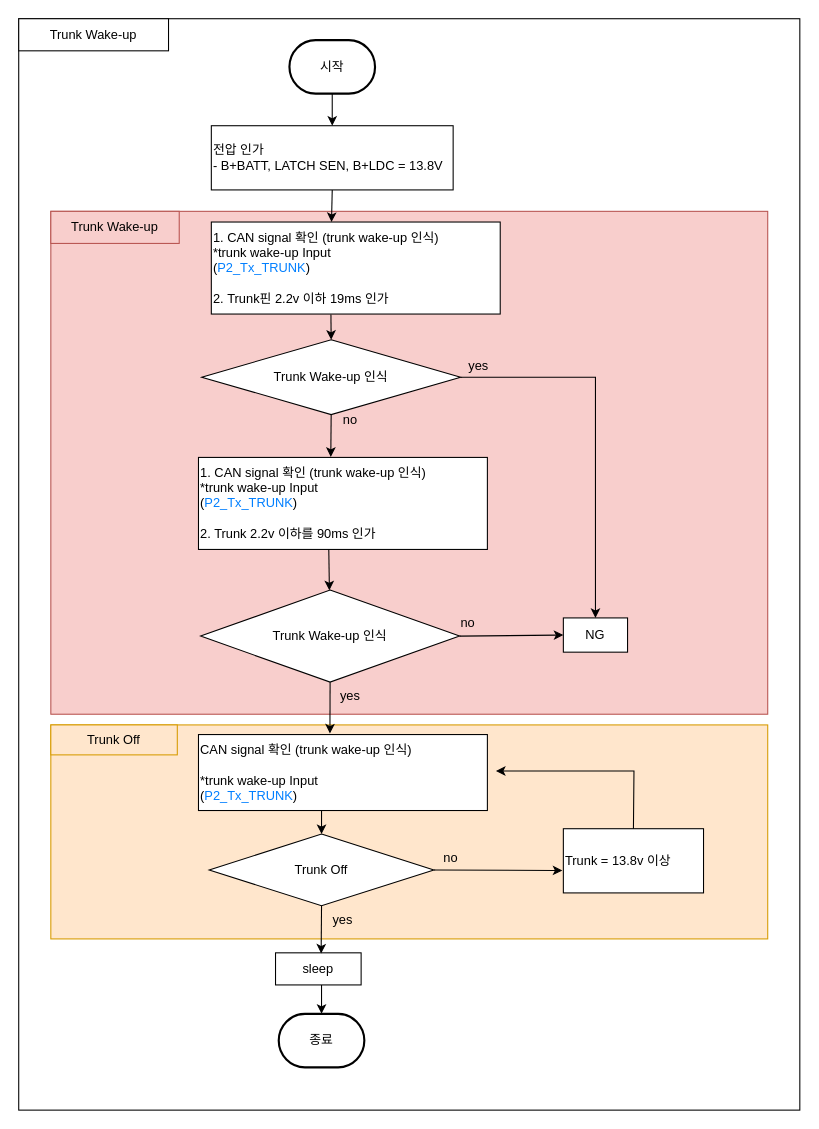
This is Trunk Wake-up.drawio from chaeyoonl/state-transition-diagram-test, a draw.io file, before an edit. Source tidied: cells renumbered, new cells numbered last; positions are measured from the earlier drawing's top-left corner, leaving out a move shared by most shapes. Both pictures are drawn from the tidied source at 107%, with x=0, y=0 at pixel (18, 18).
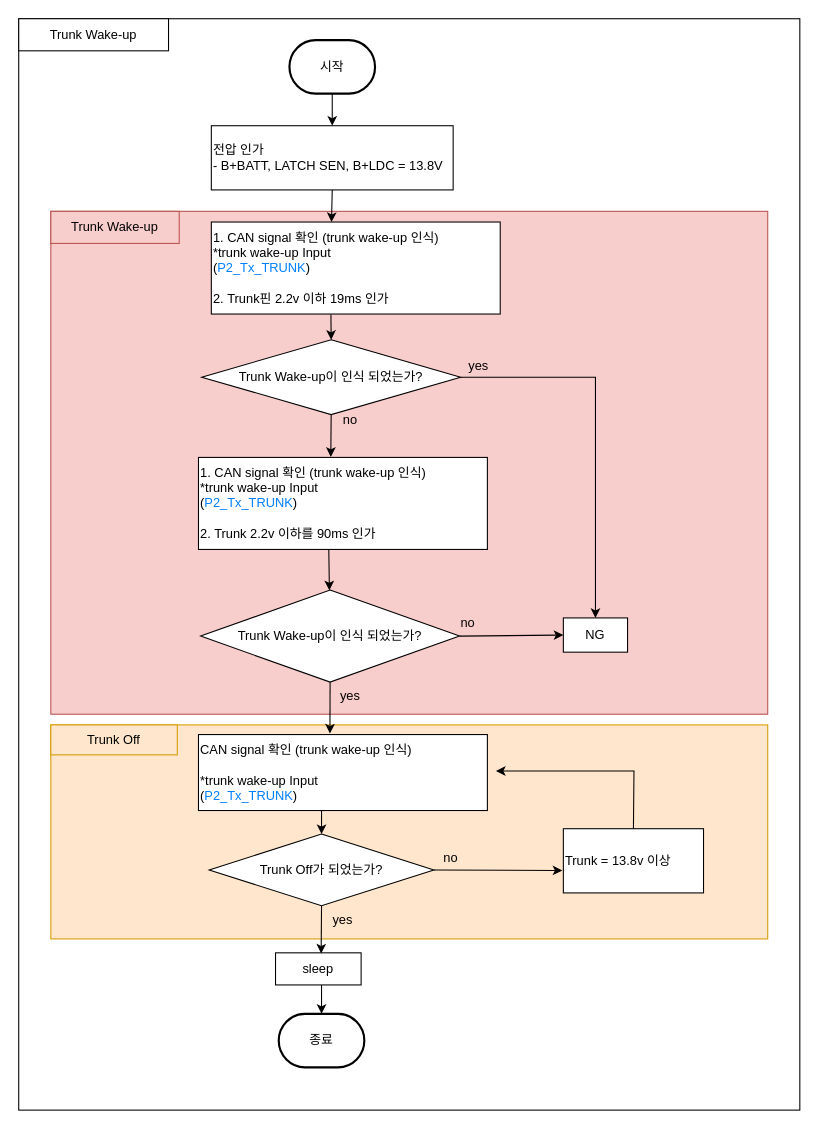
After the change.

Diff of the diagram source:
```diff
@@
-    <mxCell id="8" value="Trunk Wake-up 인식" style="rhombus;whiteSpace=wrap;html=1;" parent="1" vertex="1">
+    <mxCell id="8" value="Trunk Wake-up이 인식 되었는가?" style="rhombus;whiteSpace=wrap;html=1;" parent="1" vertex="1">
       <mxGeometry x="171" y="300" width="242" height="70" as="geometry" />
     </mxCell>
@@
-    <mxCell id="20" value="Trunk Wake-up 인식" style="rhombus;whiteSpace=wrap;html=1;" parent="1" vertex="1">
+    <mxCell id="20" value="Trunk Wake-up이 인식 되었는가?" style="rhombus;whiteSpace=wrap;html=1;" parent="1" vertex="1">
       <mxGeometry x="170" y="534" width="242" height="86" as="geometry" />
     </mxCell>
@@
-    <mxCell id="26" value="Trunk&amp;nbsp;Off" style="rhombus;whiteSpace=wrap;html=1;" parent="1" vertex="1">
+    <mxCell id="26" value="Trunk&amp;nbsp;Off가 되었는가?" style="rhombus;whiteSpace=wrap;html=1;" parent="1" vertex="1">
       <mxGeometry x="178" y="762" width="210" height="67" as="geometry" />
     </mxCell>
```
